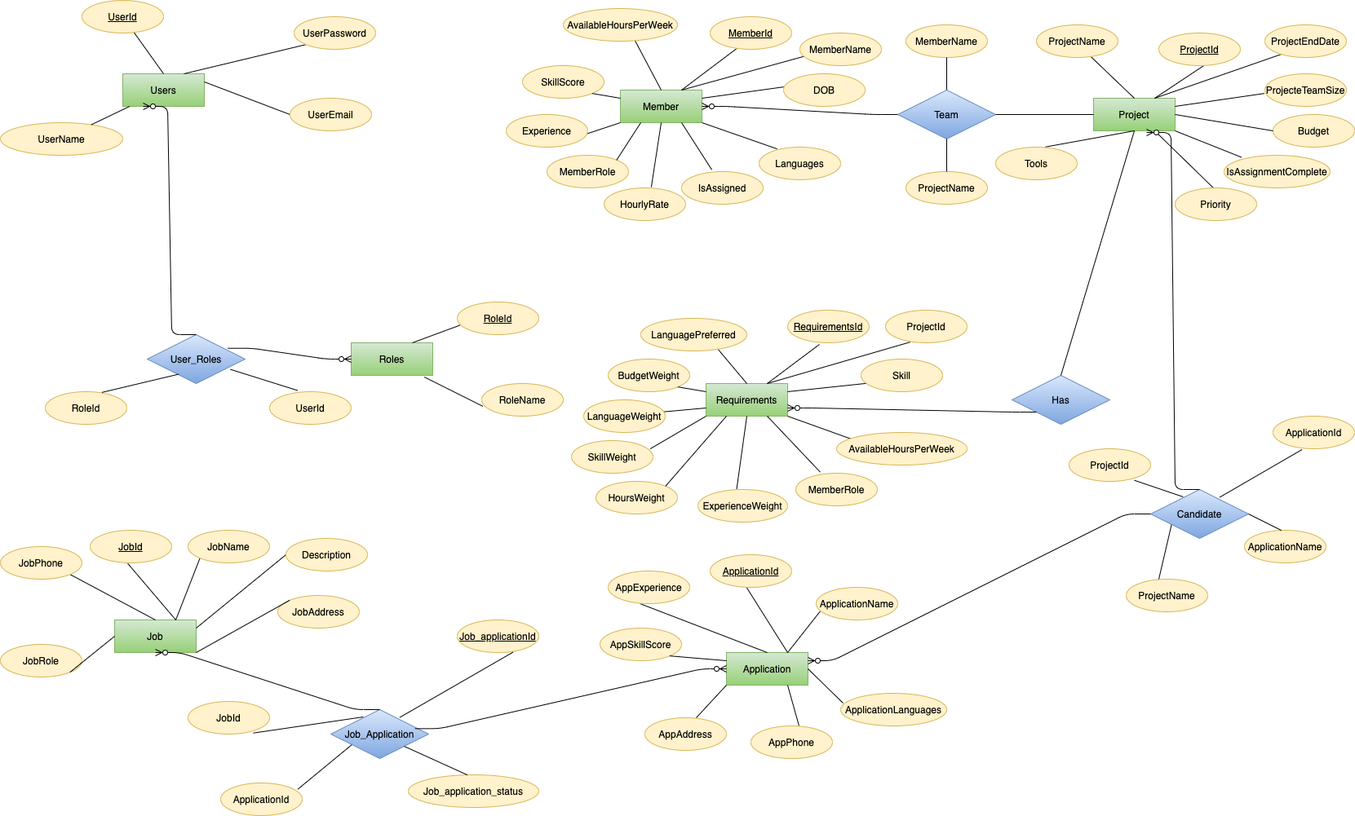
The draw.io diagram database/ER_Graph.png in Mahaoqu/TeamFormationAssistant, before a commit. Source tidied: cells renumbered, new cells last; positions are measured from the earlier drawing's top-left corner, leaving out a move shared by most shapes.
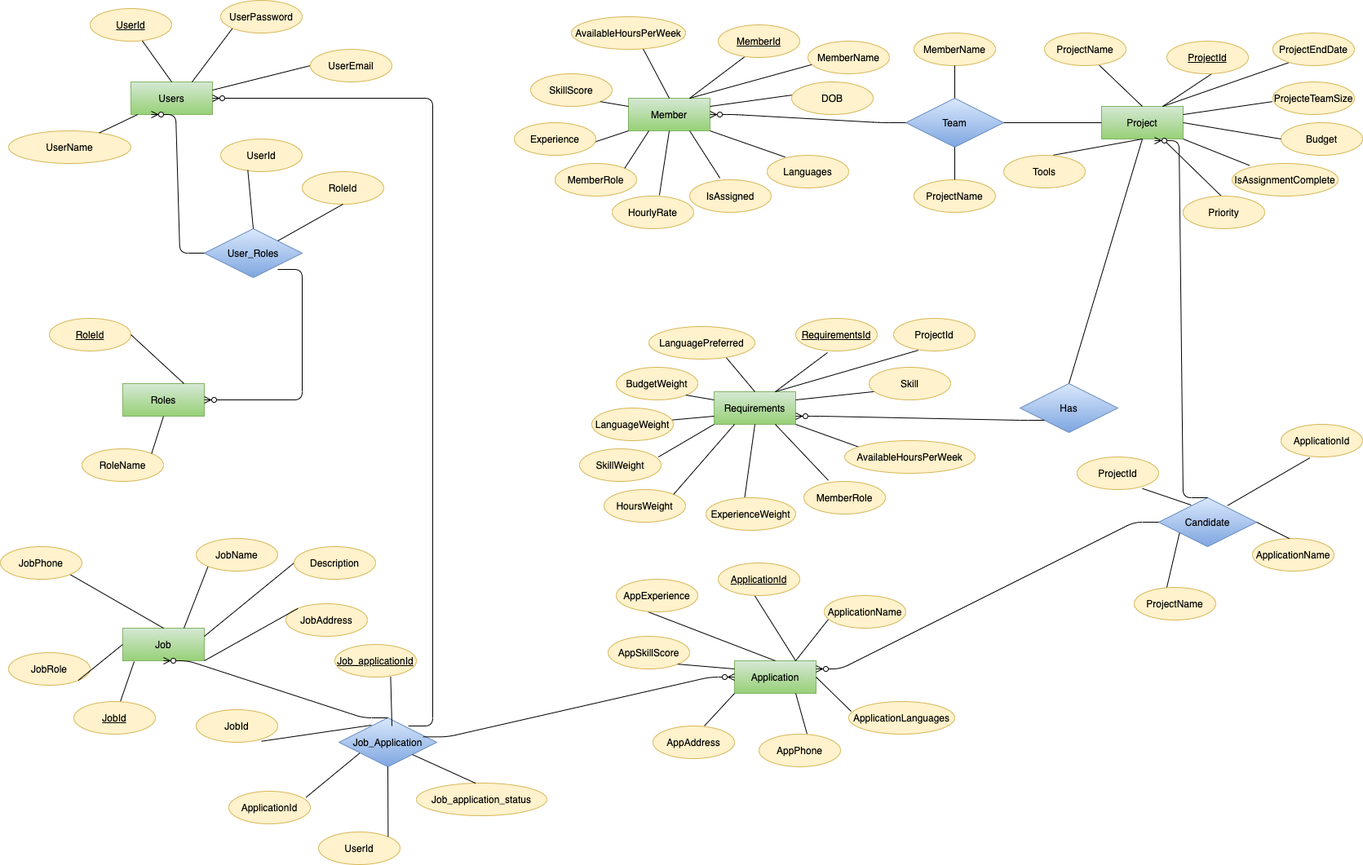
The same diagram one commit later.

Change to the diagram source:
```diff
@@ -205,7 +205,7 @@
     <mxCell id="68" style="endArrow=none;html=1;rounded=0;entryX=0;entryY=0.5;entryDx=0;entryDy=0;exitX=1;exitY=0.25;exitDx=0;exitDy=0;" parent="1" edge="1" source="64" target="78">
       <mxGeometry relative="1" as="geometry" />
     </mxCell>
-    <mxCell id="69" style="endArrow=none;html=1;rounded=0;exitX=0.75;exitY=0;exitDx=0;exitDy=0;entryX=0.461;entryY=1.018;entryDx=0;entryDy=0;entryPerimeter=0;" parent="1" edge="1" source="64" target="76">
+    <mxCell id="69" style="endArrow=none;html=1;rounded=0;exitX=0.14;exitY=1.025;exitDx=0;exitDy=0;exitPerimeter=0;" parent="1" edge="1" source="64" target="76">
       <mxGeometry relative="1" as="geometry" />
     </mxCell>
     <mxCell id="70" style="endArrow=none;html=1;rounded=0;exitX=0.75;exitY=0;exitDx=0;exitDy=0;entryX=0;entryY=1;entryDx=0;entryDy=0;" parent="1" edge="1" source="64" target="77">
@@ -221,13 +221,13 @@
       <mxGeometry x="100" width="100" height="40" as="geometry" />
     </mxCell>
     <mxCell id="74" value="UserPassword" style="ellipse;whiteSpace=wrap;html=1;align=center;fillColor=#fff2cc;strokeColor=#d6b656;" parent="1" vertex="1">
-      <mxGeometry x="360" y="20" width="100" height="40" as="geometry" />
+      <mxGeometry x="260" y="-10" width="100" height="40" as="geometry" />
     </mxCell>
     <mxCell id="75" value="UserEmail" style="ellipse;whiteSpace=wrap;html=1;align=center;fillColor=#fff2cc;strokeColor=#d6b656;" parent="1" vertex="1">
-      <mxGeometry x="355" y="120" width="100" height="40" as="geometry" />
+      <mxGeometry x="370" y="50" width="100" height="40" as="geometry" />
     </mxCell>
     <mxCell id="76" value="JobId" style="ellipse;whiteSpace=wrap;html=1;align=center;fontStyle=4;fillColor=#fff2cc;strokeColor=#d6b656;" parent="1" vertex="1">
-      <mxGeometry x="110" y="650" width="100" height="40" as="geometry" />
+      <mxGeometry x="80" y="850" width="100" height="40" as="geometry" />
     </mxCell>
     <mxCell id="77" value="JobName" style="ellipse;whiteSpace=wrap;html=1;align=center;fillColor=#fff2cc;strokeColor=#d6b656;" parent="1" vertex="1">
       <mxGeometry x="230" y="650" width="100" height="40" as="geometry" />
@@ -236,7 +236,7 @@
       <mxGeometry x="350" y="660" width="100" height="40" as="geometry" />
     </mxCell>
     <mxCell id="79" value="JobPhone" style="ellipse;whiteSpace=wrap;html=1;align=center;fillColor=#fff2cc;strokeColor=#d6b656;" parent="1" vertex="1">
-      <mxGeometry y="670" width="100" height="40" as="geometry" />
+      <mxGeometry x="-10" y="660" width="100" height="40" as="geometry" />
     </mxCell>
     <mxCell id="80" value="AvailableHoursPerWeek" style="ellipse;whiteSpace=wrap;html=1;align=center;fillColor=#fff2cc;strokeColor=#d6b656;" parent="1" vertex="1">
       <mxGeometry x="690" y="10" width="140" height="40" as="geometry" />
@@ -287,7 +287,7 @@
       <mxGeometry x="405" y="870" width="120" height="60" as="geometry" />
     </mxCell>
     <mxCell id="96" value="Job_applicationId" style="ellipse;whiteSpace=wrap;html=1;align=center;fontStyle=4;fillColor=#fff2cc;strokeColor=#d6b656;" parent="1" vertex="1">
-      <mxGeometry x="560" y="760" width="100" height="40" as="geometry" />
+      <mxGeometry x="400" y="780" width="100" height="40" as="geometry" />
     </mxCell>
     <mxCell id="97" value="JobId" style="ellipse;whiteSpace=wrap;html=1;align=center;fillColor=#fff2cc;strokeColor=#d6b656;" parent="1" vertex="1">
       <mxGeometry x="230" y="860" width="100" height="40" as="geometry" />
@@ -301,8 +301,10 @@
     <mxCell id="100" style="endArrow=none;html=1;rounded=0;exitX=0.801;exitY=0.968;exitDx=0;exitDy=0;exitPerimeter=0;entryX=0.332;entryY=0.15;entryDx=0;entryDy=0;entryPerimeter=0;" parent="1" edge="1" source="97" target="95">
       <mxGeometry relative="1" as="geometry" />
     </mxCell>
-    <mxCell id="101" style="endArrow=none;html=1;rounded=0;exitX=0.704;exitY=0.16;exitDx=0;exitDy=0;exitPerimeter=0;entryX=0.684;entryY=0.989;entryDx=0;entryDy=0;entryPerimeter=0;" parent="1" edge="1" source="95" target="96">
-      <mxGeometry relative="1" as="geometry" />
+    <mxCell id="101" style="endArrow=none;html=1;rounded=0;entryX=0.684;entryY=0.989;entryDx=0;entryDy=0;entryPerimeter=0;" parent="1" edge="1" target="96">
+      <mxGeometry relative="1" as="geometry">
+        <mxPoint x="470" y="880" as="sourcePoint" />
+      </mxGeometry>
     </mxCell>
     <mxCell id="102" style="endArrow=none;html=1;rounded=0;exitX=0.213;exitY=0.721;exitDx=0;exitDy=0;exitPerimeter=0;entryX=0.947;entryY=0.189;entryDx=0;entryDy=0;entryPerimeter=0;" parent="1" edge="1" source="95" target="98">
       <mxGeometry relative="1" as="geometry" />
@@ -395,40 +397,58 @@
       <mxGeometry x="700" y="540" width="100" height="40" as="geometry" />
     </mxCell>
     <mxCell id="132" value="Roles" style="whiteSpace=wrap;html=1;align=center;gradientColor=#97d077;fillColor=#d5e8d4;strokeColor=#82b366;" parent="1" vertex="1">
-      <mxGeometry x="430" y="420" width="100" height="40" as="geometry" />
+      <mxGeometry x="140" y="460" width="100" height="40" as="geometry" />
     </mxCell>
     <mxCell id="133" value="RoleId" style="ellipse;whiteSpace=wrap;html=1;align=center;fontStyle=4;fillColor=#fff2cc;strokeColor=#d6b656;" parent="1" vertex="1">
-      <mxGeometry x="560" y="370" width="100" height="40" as="geometry" />
+      <mxGeometry x="50" y="380" width="100" height="40" as="geometry" />
     </mxCell>
     <mxCell id="134" value="RoleName" style="ellipse;whiteSpace=wrap;html=1;align=center;fillColor=#fff2cc;strokeColor=#d6b656;" parent="1" vertex="1">
-      <mxGeometry x="590" y="470" width="100" height="40" as="geometry" />
+      <mxGeometry x="90" y="540" width="100" height="40" as="geometry" />
     </mxCell>
-    <mxCell id="135" style="endArrow=none;html=1;rounded=0;entryX=0.75;entryY=0;entryDx=0;entryDy=0;exitX=0.032;exitY=0.713;exitDx=0;exitDy=0;exitPerimeter=0;" parent="1" edge="1" source="133" target="132">
+    <mxCell id="135" style="endArrow=none;html=1;rounded=0;entryX=0.75;entryY=0;entryDx=0;entryDy=0;exitX=1;exitY=0.5;exitDx=0;exitDy=0;" parent="1" edge="1" source="133" target="132">
       <mxGeometry relative="1" as="geometry" />
     </mxCell>
-    <mxCell id="136" style="endArrow=none;html=1;rounded=0;entryX=0.897;entryY=1.051;entryDx=0;entryDy=0;entryPerimeter=0;exitX=0.015;exitY=0.699;exitDx=0;exitDy=0;exitPerimeter=0;" parent="1" edge="1" source="134" target="132">
+    <mxCell id="136" style="endArrow=none;html=1;rounded=0;entryX=0.5;entryY=1;entryDx=0;entryDy=0;exitX=1;exitY=0;exitDx=0;exitDy=0;" parent="1" edge="1" source="134" target="132">
       <mxGeometry relative="1" as="geometry" />
     </mxCell>
     <mxCell id="137" value="User_Roles" style="shape=rhombus;perimeter=rhombusPerimeter;whiteSpace=wrap;html=1;align=center;gradientColor=#7ea6e0;fillColor=#dae8fc;strokeColor=#6c8ebf;" parent="1" vertex="1">
-      <mxGeometry x="180" y="410" width="120" height="60" as="geometry" />
+      <mxGeometry x="240" y="270" width="120" height="60" as="geometry" />
     </mxCell>
     <mxCell id="138" value="RoleId" style="ellipse;whiteSpace=wrap;html=1;align=center;fillColor=#fff2cc;strokeColor=#d6b656;" parent="1" vertex="1">
-      <mxGeometry x="55" y="480" width="100" height="40" as="geometry" />
+      <mxGeometry x="360" y="200" width="100" height="40" as="geometry" />
     </mxCell>
     <mxCell id="139" value="UserId" style="ellipse;whiteSpace=wrap;html=1;align=center;fillColor=#fff2cc;strokeColor=#d6b656;" parent="1" vertex="1">
-      <mxGeometry x="330" y="480" width="100" height="40" as="geometry" />
+      <mxGeometry x="260" y="160" width="100" height="40" as="geometry" />
     </mxCell>
-    <mxCell id="140" style="endArrow=none;html=1;rounded=0;exitX=0.321;exitY=0.809;exitDx=0;exitDy=0;exitPerimeter=0;entryX=0.694;entryY=0.022;entryDx=0;entryDy=0;entryPerimeter=0;" parent="1" edge="1" source="137" target="138">
+    <mxCell id="140" style="endArrow=none;html=1;rounded=0;exitX=1;exitY=0;exitDx=0;exitDy=0;entryX=0.5;entryY=1;entryDx=0;entryDy=0;" parent="1" edge="1" source="137" target="138">
       <mxGeometry relative="1" as="geometry" />
     </mxCell>
-    <mxCell id="141" style="endArrow=none;html=1;rounded=0;exitX=0.85;exitY=0.711;exitDx=0;exitDy=0;exitPerimeter=0;entryX=0.344;entryY=-0.037;entryDx=0;entryDy=0;entryPerimeter=0;" parent="1" edge="1" source="137" target="139">
+    <mxCell id="141" style="endArrow=none;html=1;rounded=0;exitX=0.5;exitY=0;exitDx=0;exitDy=0;entryX=0.333;entryY=0.95;entryDx=0;entryDy=0;entryPerimeter=0;" parent="1" edge="1" source="137" target="139">
       <mxGeometry relative="1" as="geometry" />
     </mxCell>
-    <mxCell id="142" style="edgeStyle=entityRelationEdgeStyle;fontSize=12;html=1;endArrow=ERzeroToMany;endFill=1;exitX=0.5;exitY=0;exitDx=0;exitDy=0;entryX=0.25;entryY=1;entryDx=0;entryDy=0;" parent="1" edge="1" source="137" target="58">
+    <mxCell id="142" style="edgeStyle=entityRelationEdgeStyle;fontSize=12;html=1;endArrow=ERzeroToMany;endFill=1;entryX=0.25;entryY=1;entryDx=0;entryDy=0;" parent="1" edge="1" source="137" target="58">
       <mxGeometry relative="1" as="geometry" />
     </mxCell>
-    <mxCell id="143" style="edgeStyle=entityRelationEdgeStyle;fontSize=12;html=1;endArrow=ERzeroToMany;endFill=1;exitX=0.821;exitY=0.279;exitDx=0;exitDy=0;exitPerimeter=0;entryX=0;entryY=0.5;entryDx=0;entryDy=0;" parent="1" edge="1" source="137" target="132">
-      <mxGeometry relative="1" as="geometry" />
+    <mxCell id="143" style="edgeStyle=entityRelationEdgeStyle;fontSize=12;html=1;endArrow=ERzeroToMany;endFill=1;entryX=1;entryY=0.5;entryDx=0;entryDy=0;" parent="1" edge="1" target="132">
+      <mxGeometry relative="1" as="geometry">
+        <mxPoint x="330" y="320" as="sourcePoint" />
+      </mxGeometry>
     </mxCell>
+    <mxCell id="144" style="endArrow=none;html=1;rounded=0;entryX=0;entryY=0.5;entryDx=0;entryDy=0;" parent="1" edge="1" target="x">
+      <mxGeometry relative="1" as="geometry">
+        <mxPoint x="174.7" y="442.3" as="sourcePoint" />
+      </mxGeometry>
+    </mxCell>
+    <mxCell id="145" style="edgeStyle=entityRelationEdgeStyle;fontSize=12;html=1;endArrow=ERzeroToMany;endFill=1;entryX=1;entryY=0.5;entryDx=0;entryDy=0;" parent="1" edge="1" target="58">
+      <mxGeometry relative="1" as="geometry">
+        <mxPoint x="490" y="880" as="sourcePoint" />
+      </mxGeometry>
+    </mxCell>
+    <mxCell id="146" value="UserId" style="ellipse;whiteSpace=wrap;html=1;align=center;fillColor=#fff2cc;strokeColor=#d6b656;" parent="1" vertex="1">
+      <mxGeometry x="380" y="1010" width="100" height="40" as="geometry" />
+    </mxCell>
+    <mxCell id="147" style="endArrow=none;html=1;rounded=0;exitX=0.5;exitY=1;exitDx=0;exitDy=0;entryX=1;entryY=0;entryDx=0;entryDy=0;" parent="1" edge="1" source="95" target="146">
+      <mxGeometry relative="1" as="geometry" />
+    </mxCell>
   </root>
 </mxGraphModel>
```
